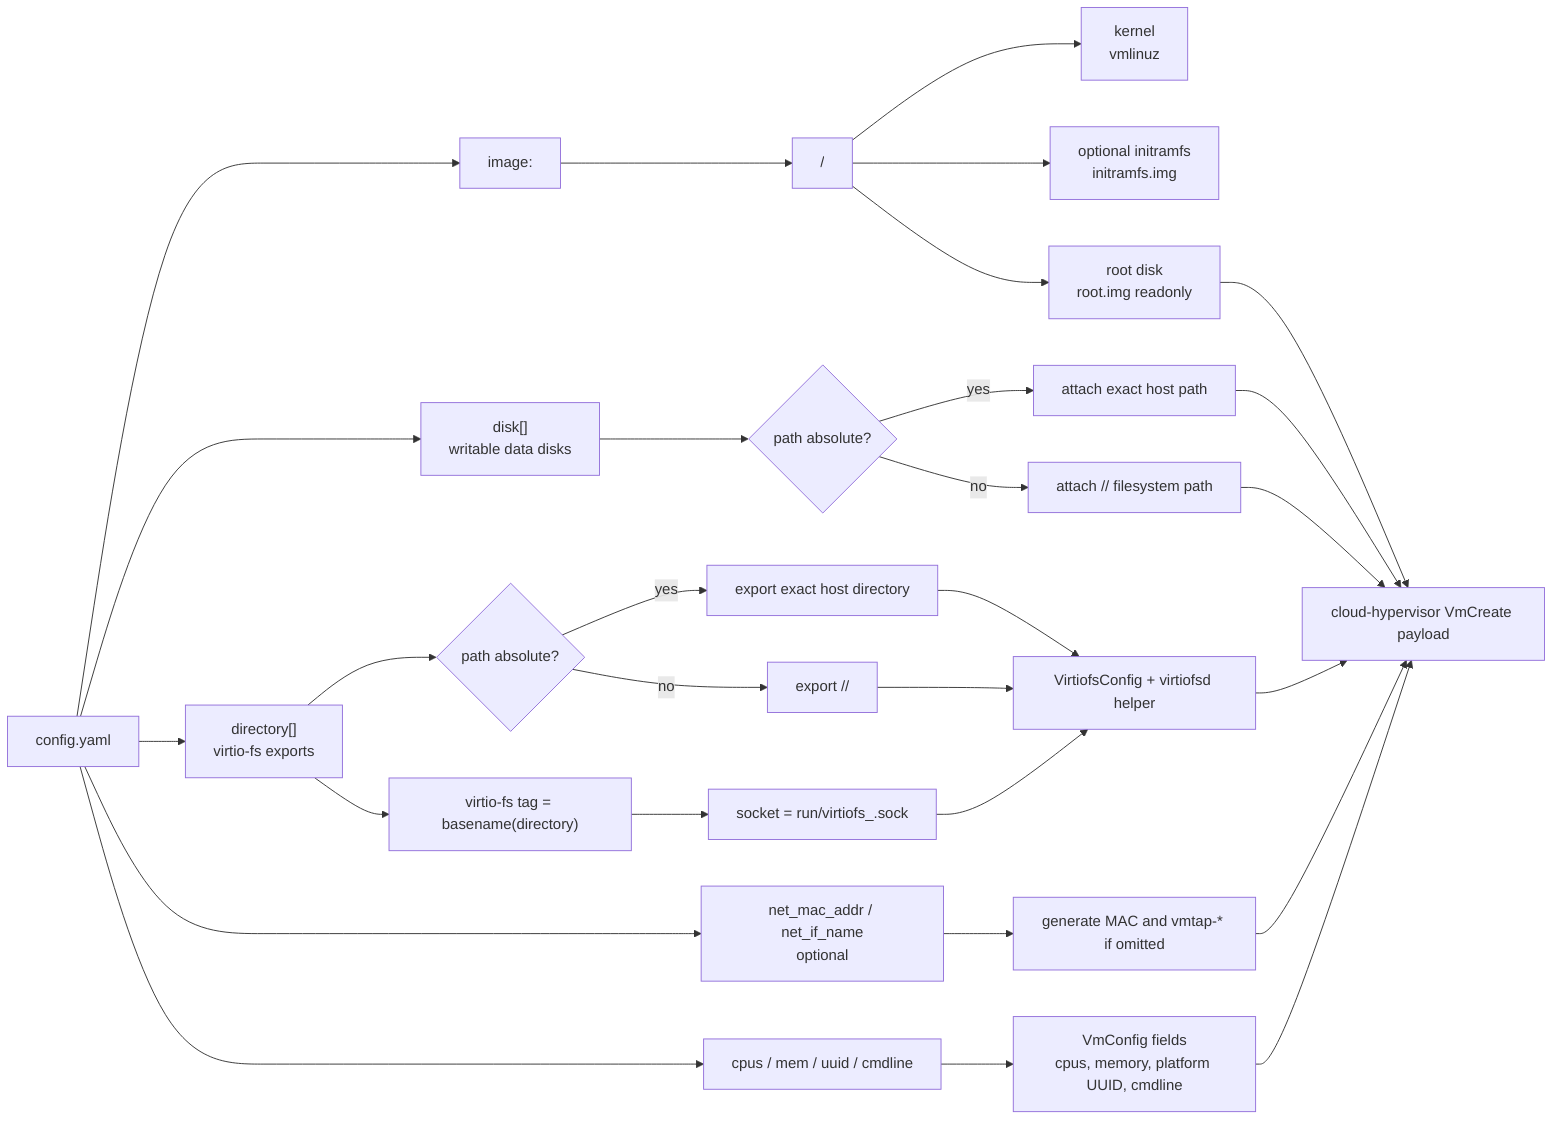
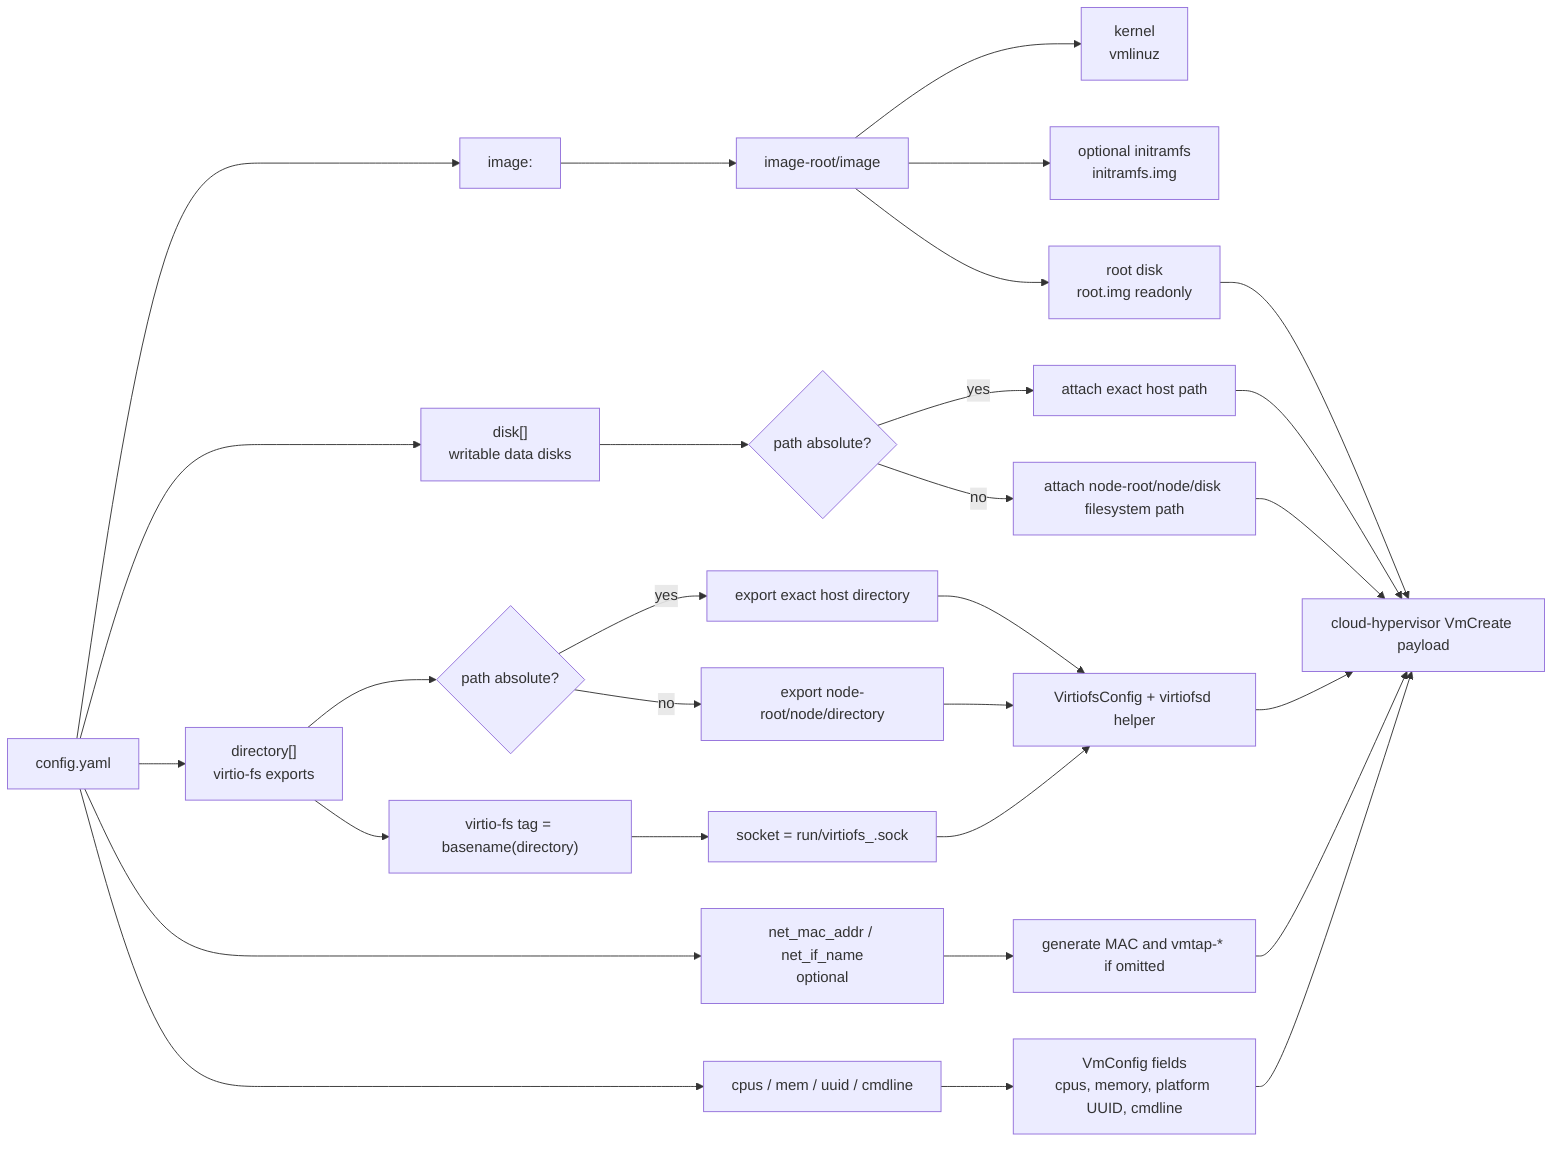
flowchart LR
    manifest["config.yaml"] --> image["image: <name>"]
    manifest --> disk["disk[]\nwritable data disks"]
    manifest --> directory["directory[]\nvirtio-fs exports"]
    manifest --> net["net_mac_addr / net_if_name\noptional"]
    manifest --> cpuMem["cpus / mem / uuid / cmdline"]

-     image --> imageBase["<image-root>/<image>"]
+     image --> imageBase["image-root/image"]
    imageBase --> kernel["kernel\nvmlinuz"]
    imageBase --> initrd["optional initramfs\ninitramfs.img"]
    imageBase --> root["root disk\nroot.img readonly"]

    disk --> diskRule{"path absolute?"}
    diskRule -- yes --> diskAbs["attach exact host path"]
-     diskRule -- no --> diskNode["attach <node-root>/<node>/<disk> filesystem path"]
+     diskRule -- no --> diskNode["attach node-root/node/disk filesystem path"]

    directory --> dirRule{"path absolute?"}
    dirRule -- yes --> dirAbs["export exact host directory"]
-     dirRule -- no --> dirNode["export <node-root>/<node>/<directory>"]
+     dirRule -- no --> dirNode["export node-root/node/directory"]
    directory --> tag["virtio-fs tag = basename(directory)"]
    tag --> socket["socket = run/virtiofs_<tag>.sock"]

    net --> defaultNet["generate MAC and vmtap-* if omitted"]
    cpuMem --> vmPayload["VmConfig fields\ncpus, memory, platform UUID, cmdline"]

    root --> vm["cloud-hypervisor VmCreate payload"]
    diskAbs --> vm
    diskNode --> vm
    dirAbs --> vfs["VirtiofsConfig + virtiofsd helper"]
    dirNode --> vfs
    socket --> vfs
    vfs --> vm
    defaultNet --> vm
    vmPayload --> vm
